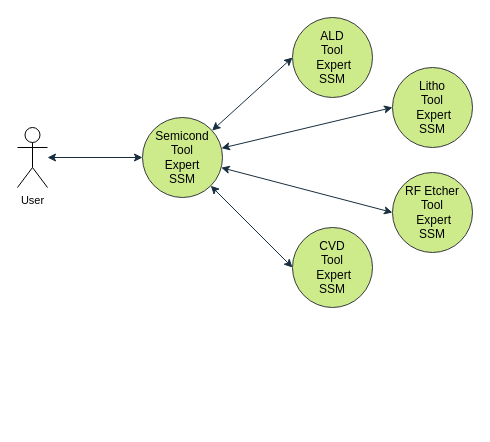
Above: page "composability" (3 of 4) of diagrams/ssm.drawio in aitomatic/openssa (draw.io), before the change. Source tidied: cells renumbered, new cells numbered last; positions are measured from the earlier drawing's top-left corner, leaving out a move shared by most shapes. Both pictures are drawn from the tidied source at 100%, with x=0, y=0 at pixel (17, 17).
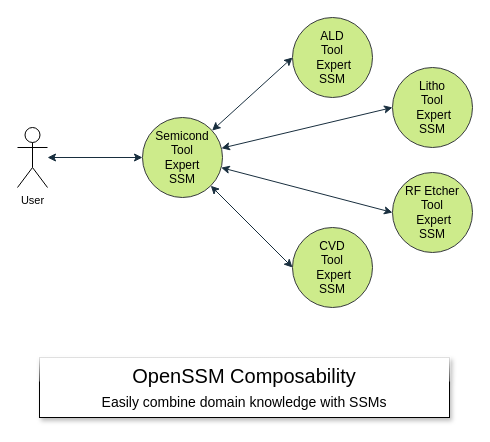
The same page after the edit.

The edit, as a diff of the source:
```diff
@@
 <mxGraphModel>
   <root>
     <mxCell id="0" />
     <mxCell id="1" parent="0" />
     <mxCell id="2" style="edgeStyle=none;shape=connector;rounded=1;jettySize=auto;html=1;entryX=0;entryY=0.5;entryDx=0;entryDy=0;labelBackgroundColor=default;strokeColor=#182E3E;fontFamily=Helvetica;fontSize=11;fontColor=#1A1A1A;startArrow=classic;startFill=1;endArrow=classic;" parent="1" edge="1" source="6" target="7">
       <mxGeometry relative="1" as="geometry" />
     </mxCell>
     <mxCell id="3" style="edgeStyle=none;shape=connector;rounded=1;jettySize=auto;html=1;entryX=0;entryY=0.5;entryDx=0;entryDy=0;labelBackgroundColor=default;strokeColor=#182E3E;fontFamily=Helvetica;fontSize=11;fontColor=#1A1A1A;startArrow=classic;startFill=1;endArrow=classic;" parent="1" edge="1" source="6" target="9">
       <mxGeometry relative="1" as="geometry" />
     </mxCell>
     <mxCell id="4" style="edgeStyle=none;shape=connector;rounded=1;jettySize=auto;html=1;entryX=0;entryY=0.5;entryDx=0;entryDy=0;labelBackgroundColor=default;strokeColor=#182E3E;fontFamily=Helvetica;fontSize=11;fontColor=#1A1A1A;startArrow=classic;startFill=1;endArrow=classic;" parent="1" edge="1" source="6" target="10">
       <mxGeometry relative="1" as="geometry" />
     </mxCell>
     <mxCell id="5" style="edgeStyle=none;shape=connector;rounded=1;jettySize=auto;html=1;entryX=0;entryY=0.5;entryDx=0;entryDy=0;labelBackgroundColor=default;strokeColor=#182E3E;fontFamily=Helvetica;fontSize=11;fontColor=#1A1A1A;startArrow=classic;startFill=1;endArrow=classic;" parent="1" edge="1" source="6" target="8">
       <mxGeometry relative="1" as="geometry" />
     </mxCell>
     <mxCell id="6" value="Semicond&lt;br&gt;Tool &lt;br&gt;Expert&lt;br&gt;SSM" style="ellipse;whiteSpace=wrap;html=1;strokeColor=#36393d;fillColor=#cdeb8b;" parent="1" vertex="1">
       <mxGeometry x="125" y="100" width="80" height="80" as="geometry" />
     </mxCell>
     <mxCell id="7" value="ALD&lt;br&gt;Tool&lt;br&gt;&amp;nbsp;Expert&lt;br&gt;SSM" style="ellipse;whiteSpace=wrap;html=1;strokeColor=#36393d;fillColor=#cdeb8b;" parent="1" vertex="1">
       <mxGeometry x="275" width="80" height="80" as="geometry" />
     </mxCell>
     <mxCell id="8" value="CVD&lt;br&gt;Tool&lt;br&gt;&amp;nbsp;Expert&lt;br&gt;SSM" style="ellipse;whiteSpace=wrap;html=1;strokeColor=#36393d;fillColor=#cdeb8b;" parent="1" vertex="1">
       <mxGeometry x="275" y="210" width="80" height="80" as="geometry" />
     </mxCell>
     <mxCell id="9" value="Litho&lt;br&gt;Tool&lt;br&gt;&amp;nbsp;Expert&lt;br&gt;SSM" style="ellipse;whiteSpace=wrap;html=1;strokeColor=#36393d;fillColor=#cdeb8b;" parent="1" vertex="1">
       <mxGeometry x="375" y="50" width="80" height="80" as="geometry" />
     </mxCell>
     <mxCell id="10" value="RF Etcher&lt;br&gt;Tool&lt;br&gt;&amp;nbsp;Expert&lt;br&gt;SSM" style="ellipse;whiteSpace=wrap;html=1;strokeColor=#36393d;fillColor=#cdeb8b;" parent="1" vertex="1">
       <mxGeometry x="375" y="155" width="80" height="80" as="geometry" />
     </mxCell>
     <mxCell id="11" style="edgeStyle=none;shape=connector;rounded=1;jettySize=auto;html=1;entryX=0;entryY=0.5;entryDx=0;entryDy=0;labelBackgroundColor=default;strokeColor=#182E3E;fontFamily=Helvetica;fontSize=11;fontColor=#1A1A1A;startArrow=classic;startFill=1;endArrow=classic;" parent="1" edge="1" source="12" target="6">
       <mxGeometry relative="1" as="geometry" />
     </mxCell>
     <mxCell id="12" value="User" style="shape=umlActor;verticalLabelPosition=bottom;verticalAlign=top;html=1;outlineConnect=0;fontFamily=Helvetica;fontSize=11;" parent="1" vertex="1">
       <mxGeometry y="110" width="30" height="60" as="geometry" />
     </mxCell>
+    <mxCell id="13" value="OpenSSM Composability&lt;br&gt;&lt;font style=&quot;font-size: 14px;&quot;&gt;Easily combine domain knowledge with SSMs&lt;/font&gt;" style="rounded=0;whiteSpace=wrap;html=1;fontFamily=Helvetica;fontSize=20;shadow=1;glass=1;" parent="1" vertex="1">
+      <mxGeometry x="22" y="340" width="410" height="60" as="geometry" />
+    </mxCell>
   </root>
 </mxGraphModel>
```
